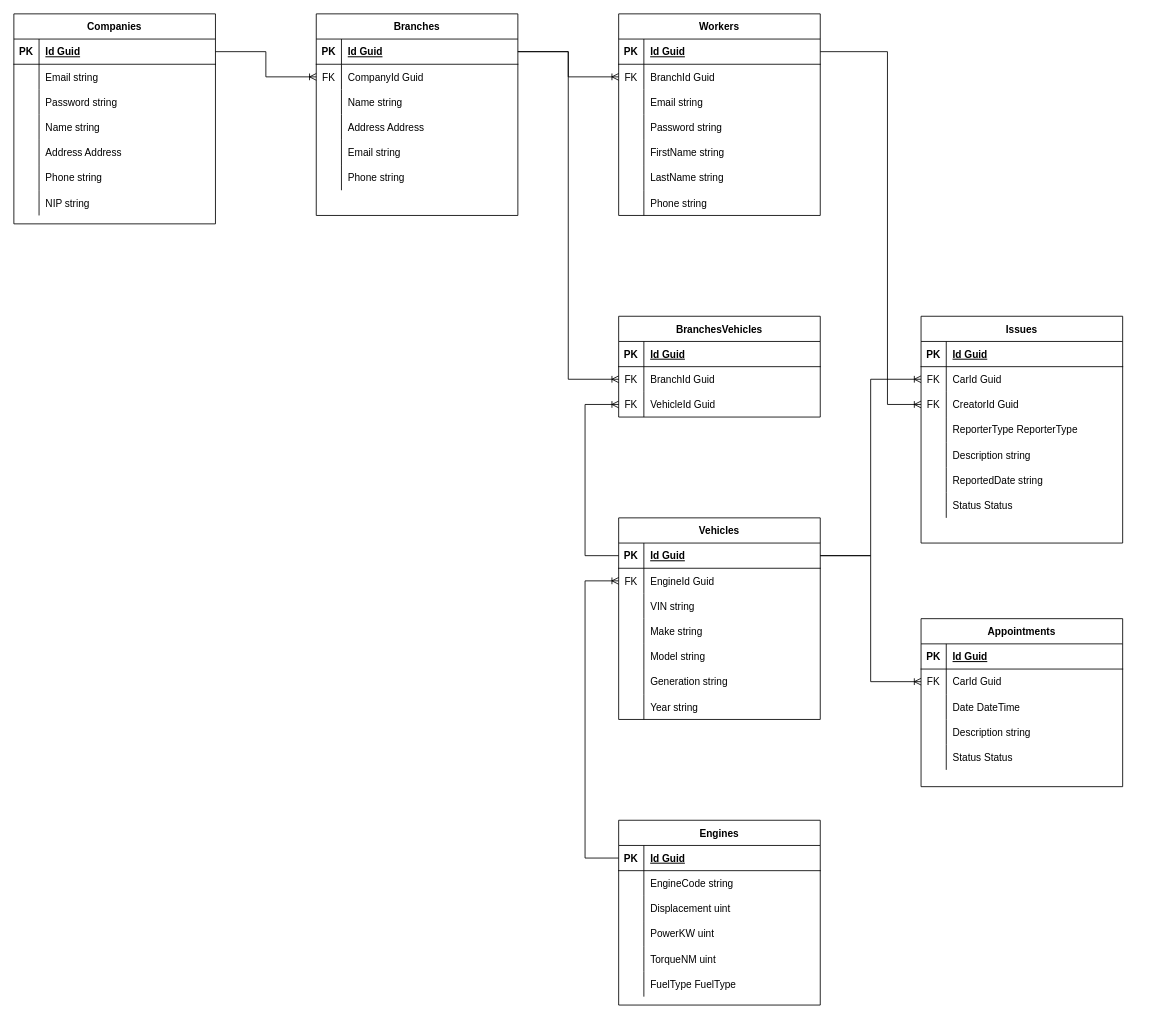
The draw.io diagram Docs/CarMenderERD.drawio in FreakyF/Car-Mender, before the edit. Source tidied: cells renumbered, new cells numbered last; positions are measured from the earlier drawing's top-left corner, leaving out a move shared by most shapes. Both pictures are drawn from the tidied source at 84%, with x=0, y=0 at pixel (13, 13).
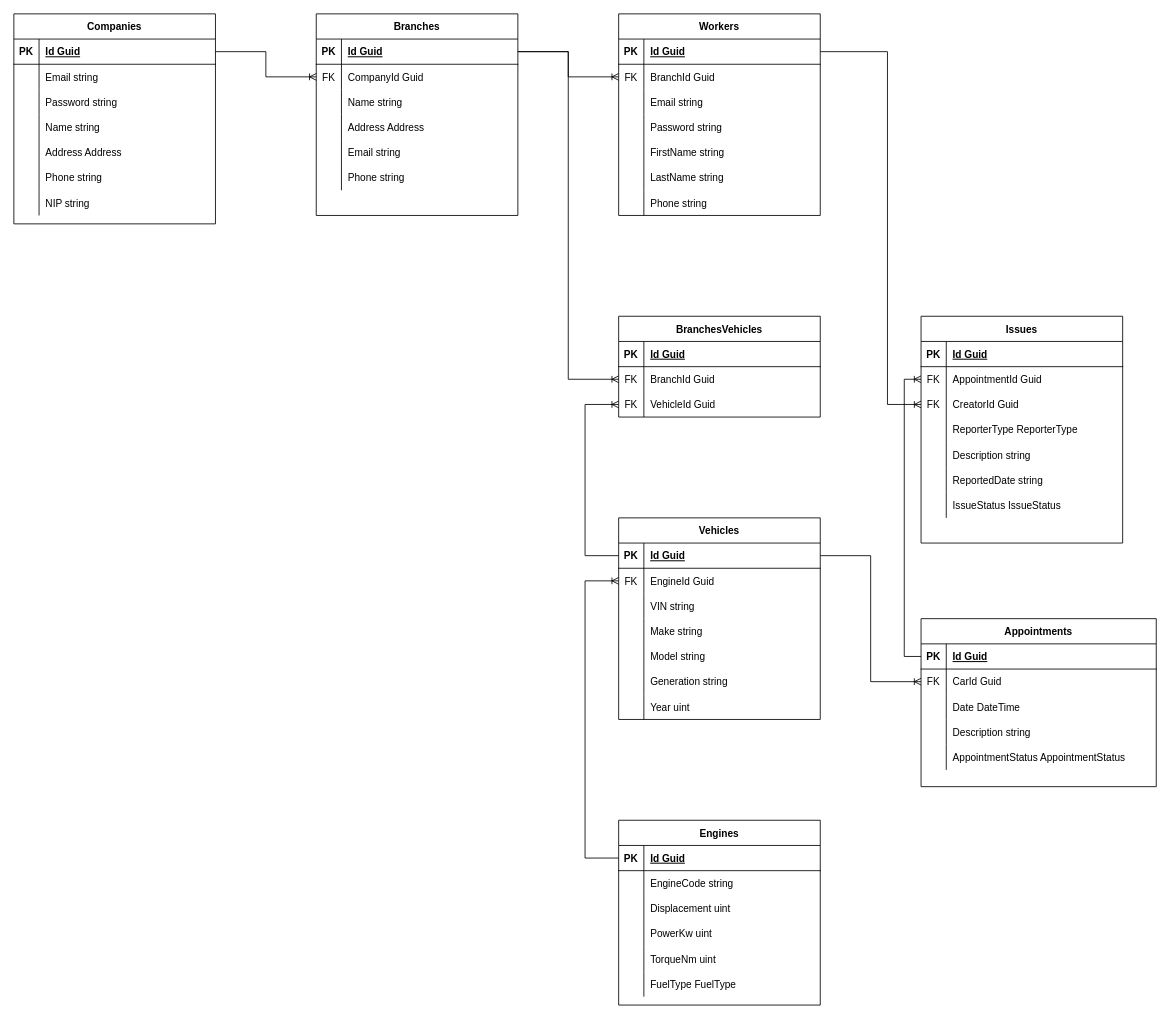
The same diagram, later.

Commit message (it also covers changes not shown here):
Remodel ERD Diagram.

The change refers to these unchanged cells:
```xml
<mxCell id="66" style="shape=partialRectangle;fillColor=none;points=[[0,0.5],[1,0.5]];portConstraint=eastwest;top=0;left=0;right=0;bottom=1;" parent="65" vertex="1">
  <mxGeometry y="30" width="240" height="30" as="geometry" />
</mxCell>
<mxCell id="84" style="shape=partialRectangle;fillColor=none;top=0;left=0;right=0;bottom=0;" parent="65" vertex="1">
  <mxGeometry y="210" width="240" height="30" as="geometry" />
</mxCell>
<mxCell id="91" style="shape=partialRectangle;fillColor=none;points=[[0,0.5],[1,0.5]];portConstraint=eastwest;top=0;left=0;right=0;bottom=0;" parent="87" vertex="1">
  <mxGeometry y="60" width="240" height="30" as="geometry" />
</mxCell>
<mxCell id="106" style="shape=partialRectangle;fillColor=none;top=0;left=0;right=0;bottom=0;" parent="87" vertex="1">
  <mxGeometry y="210" width="240" height="30" as="geometry" />
</mxCell>
<mxCell id="151" style="shape=partialRectangle;fillColor=none;top=0;left=0;right=0;bottom=0;" parent="141" vertex="1">
  <mxGeometry y="120" width="240" height="30" as="geometry" />
</mxCell>
<mxCell id="154" style="shape=partialRectangle;fillColor=none;top=0;left=0;right=0;bottom=0;" parent="141" vertex="1">
  <mxGeometry y="150" width="240" height="30" as="geometry" />
</mxCell>
```

Change to the diagram source:
```diff
@@
-    <mxCell id="86" value="Year string" style="shape=partialRectangle;overflow=hidden;fillColor=none;top=0;left=0;bottom=0;right=0;align=left;spacingLeft=6;" parent="84" vertex="1">
+    <mxCell id="86" value="Year uint" style="shape=partialRectangle;overflow=hidden;fillColor=none;top=0;left=0;bottom=0;right=0;align=left;spacingLeft=6;" parent="84" vertex="1">
       <mxGeometry x="30" width="210" height="30" as="geometry" />
     </mxCell>
@@
-    <mxCell id="93" value="CarId Guid" style="shape=partialRectangle;overflow=hidden;fillColor=none;top=0;left=0;bottom=0;right=0;align=left;spacingLeft=6;" parent="91" vertex="1">
+    <mxCell id="93" value="AppointmentId Guid" style="shape=partialRectangle;overflow=hidden;fillColor=none;top=0;left=0;bottom=0;right=0;align=left;spacingLeft=6;" parent="91" vertex="1">
       <mxGeometry x="30" width="210" height="30" as="geometry" />
     </mxCell>
@@
-    <mxCell id="108" value="Status Status" style="shape=partialRectangle;overflow=hidden;fillColor=none;top=0;left=0;bottom=0;right=0;align=left;spacingLeft=6;" parent="106" vertex="1">
+    <mxCell id="108" value="IssueStatus IssueStatus" style="shape=partialRectangle;overflow=hidden;fillColor=none;top=0;left=0;bottom=0;right=0;align=left;spacingLeft=6;" parent="106" vertex="1">
       <mxGeometry x="30" width="210" height="30" as="geometry" />
     </mxCell>
     <mxCell id="109" value="Appointments" style="shape=table;startSize=30;childLayout=tableLayout;rowLines=0;fontStyle=1;align=center;" parent="1" vertex="1">
-      <mxGeometry x="1080" y="720" width="240" height="200" as="geometry" />
+      <mxGeometry x="1080" y="720" width="280" height="200" as="geometry" />
     </mxCell>
     <mxCell id="110" style="shape=partialRectangle;fillColor=none;points=[[0,0.5],[1,0.5]];portConstraint=eastwest;top=0;left=0;right=0;bottom=1;" parent="109" vertex="1">
-      <mxGeometry y="30" width="240" height="30" as="geometry" />
+      <mxGeometry y="30" width="280" height="30" as="geometry" />
     </mxCell>
@@
     <mxCell id="112" value="Id Guid" style="shape=partialRectangle;overflow=hidden;fillColor=none;top=0;left=0;bottom=0;right=0;align=left;spacingLeft=6;fontStyle=5;" parent="110" vertex="1">
-      <mxGeometry x="30" width="210" height="30" as="geometry" />
+      <mxGeometry x="30" width="250" height="30" as="geometry" />
     </mxCell>
     <mxCell id="113" style="shape=partialRectangle;fillColor=none;points=[[0,0.5],[1,0.5]];portConstraint=eastwest;top=0;left=0;right=0;bottom=0;" parent="109" vertex="1">
-      <mxGeometry y="60" width="240" height="30" as="geometry" />
+      <mxGeometry y="60" width="280" height="30" as="geometry" />
     </mxCell>
@@
     <mxCell id="115" value="CarId Guid" style="shape=partialRectangle;overflow=hidden;fillColor=none;top=0;left=0;bottom=0;right=0;align=left;spacingLeft=6;" parent="113" vertex="1">
-      <mxGeometry x="30" width="210" height="30" as="geometry" />
+      <mxGeometry x="30" width="250" height="30" as="geometry" />
     </mxCell>
     <mxCell id="116" style="shape=partialRectangle;fillColor=none;top=0;left=0;right=0;bottom=0;" parent="109" vertex="1">
-      <mxGeometry y="90" width="240" height="30" as="geometry" />
+      <mxGeometry y="90" width="280" height="30" as="geometry" />
     </mxCell>
@@
     <mxCell id="118" value="Date DateTime" style="shape=partialRectangle;overflow=hidden;fillColor=none;top=0;left=0;bottom=0;right=0;align=left;spacingLeft=6;" parent="116" vertex="1">
-      <mxGeometry x="30" width="210" height="30" as="geometry" />
+      <mxGeometry x="30" width="250" height="30" as="geometry" />
     </mxCell>
     <mxCell id="119" style="shape=partialRectangle;fillColor=none;top=0;left=0;right=0;bottom=0;" parent="109" vertex="1">
-      <mxGeometry y="120" width="240" height="30" as="geometry" />
+      <mxGeometry y="120" width="280" height="30" as="geometry" />
     </mxCell>
@@
     <mxCell id="121" value="Description string" style="shape=partialRectangle;overflow=hidden;fillColor=none;top=0;left=0;bottom=0;right=0;align=left;spacingLeft=6;" parent="119" vertex="1">
-      <mxGeometry x="30" width="210" height="30" as="geometry" />
+      <mxGeometry x="30" width="250" height="30" as="geometry" />
     </mxCell>
     <mxCell id="122" style="shape=partialRectangle;fillColor=none;top=0;left=0;right=0;bottom=0;" parent="109" vertex="1">
-      <mxGeometry y="150" width="240" height="30" as="geometry" />
+      <mxGeometry y="150" width="280" height="30" as="geometry" />
     </mxCell>
@@
-    <mxCell id="124" value="Status Status" style="shape=partialRectangle;overflow=hidden;fillColor=none;top=0;left=0;bottom=0;right=0;align=left;spacingLeft=6;" parent="122" vertex="1">
-      <mxGeometry x="30" width="210" height="30" as="geometry" />
+    <mxCell id="124" value="AppointmentStatus AppointmentStatus" style="shape=partialRectangle;overflow=hidden;fillColor=none;top=0;left=0;bottom=0;right=0;align=left;spacingLeft=6;" parent="122" vertex="1">
+      <mxGeometry x="30" width="250" height="30" as="geometry" />
     </mxCell>
@@
-    <mxCell id="139" style="edgeStyle=elbowEdgeStyle;fontSize=12;html=1;endArrow=ERoneToMany;rounded=0;exitX=1;exitY=0.5;exitDx=0;exitDy=0;entryX=0;entryY=0.5;entryDx=0;entryDy=0;" parent="1" edge="1" source="66" target="91">
-      <mxGeometry relative="1" as="geometry" />
+    <mxCell id="139" style="edgeStyle=elbowEdgeStyle;fontSize=12;html=1;endArrow=ERoneToMany;rounded=0;exitX=0;exitY=0.5;exitDx=0;exitDy=0;entryX=0;entryY=0.5;entryDx=0;entryDy=0;" parent="1" edge="1" source="110" target="91">
+      <mxGeometry relative="1" as="geometry">
+        <Array as="points">
+          <mxPoint x="1060" y="610" />
+        </Array>
+      </mxGeometry>
     </mxCell>
     <mxCell id="140" style="edgeStyle=elbowEdgeStyle;fontSize=12;html=1;endArrow=ERoneToMany;rounded=0;exitX=1;exitY=0.5;exitDx=0;exitDy=0;entryX=0;entryY=0.5;entryDx=0;entryDy=0;" parent="1" edge="1" source="66" target="113">
-      <mxGeometry relative="1" as="geometry" />
+      <mxGeometry relative="1" as="geometry">
+        <Array as="points">
+          <mxPoint x="1020" y="720" />
+        </Array>
+      </mxGeometry>
     </mxCell>
@@
-    <mxCell id="153" value="PowerKW uint" style="shape=partialRectangle;overflow=hidden;fillColor=none;top=0;left=0;bottom=0;right=0;align=left;spacingLeft=6;" parent="151" vertex="1">
+    <mxCell id="153" value="PowerKw uint" style="shape=partialRectangle;overflow=hidden;fillColor=none;top=0;left=0;bottom=0;right=0;align=left;spacingLeft=6;" parent="151" vertex="1">
       <mxGeometry x="30" width="210" height="30" as="geometry" />
     </mxCell>
@@
-    <mxCell id="156" value="TorqueNM uint" style="shape=partialRectangle;overflow=hidden;fillColor=none;top=0;left=0;bottom=0;right=0;align=left;spacingLeft=6;" parent="154" vertex="1">
+    <mxCell id="156" value="TorqueNm uint" style="shape=partialRectangle;overflow=hidden;fillColor=none;top=0;left=0;bottom=0;right=0;align=left;spacingLeft=6;" parent="154" vertex="1">
       <mxGeometry x="30" width="210" height="30" as="geometry" />
     </mxCell>
```
